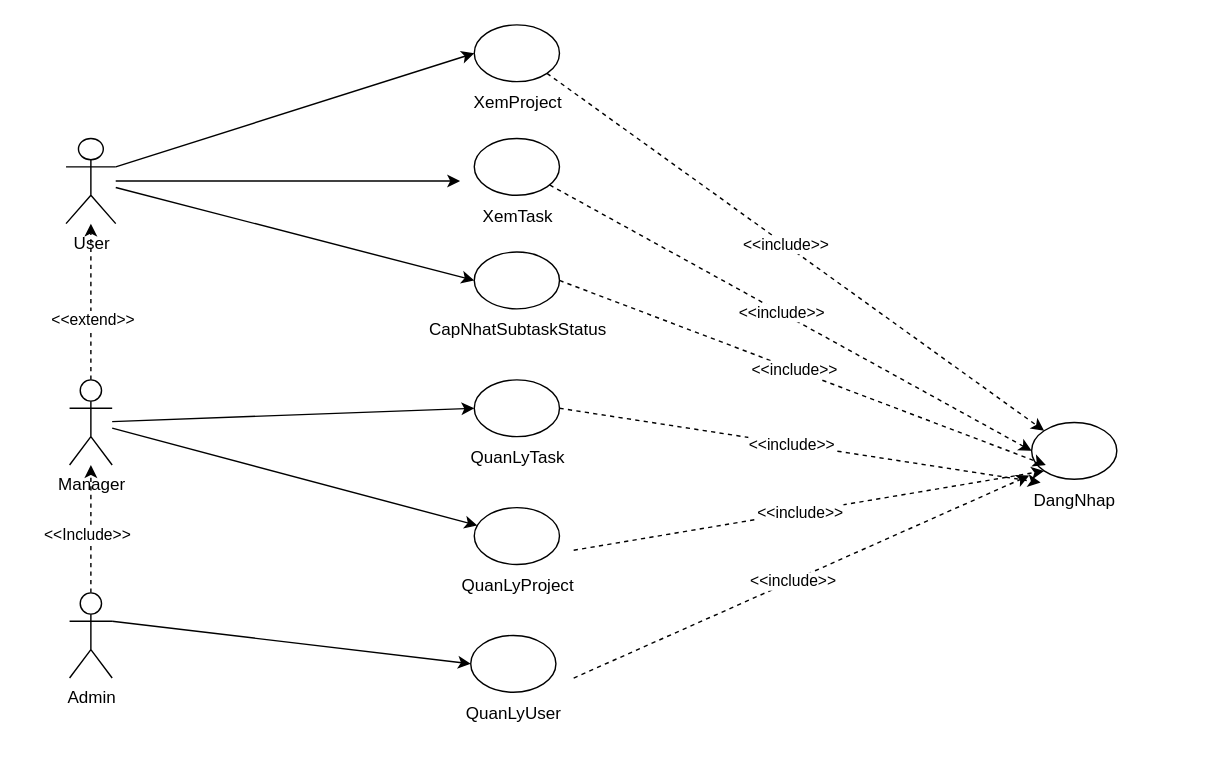
This is page "UC Tong Quat" (1 of 3) of Báo Cáo/UC/college.drawio from chickenlazy/college, a draw.io file, before an edit. Source tidied: cells renumbered, new cells numbered last; positions are measured from the earlier drawing's top-left corner, leaving out a move shared by most shapes. Both pictures are drawn from the tidied source at 142%, with x=0, y=0 at pixel (65, 24).
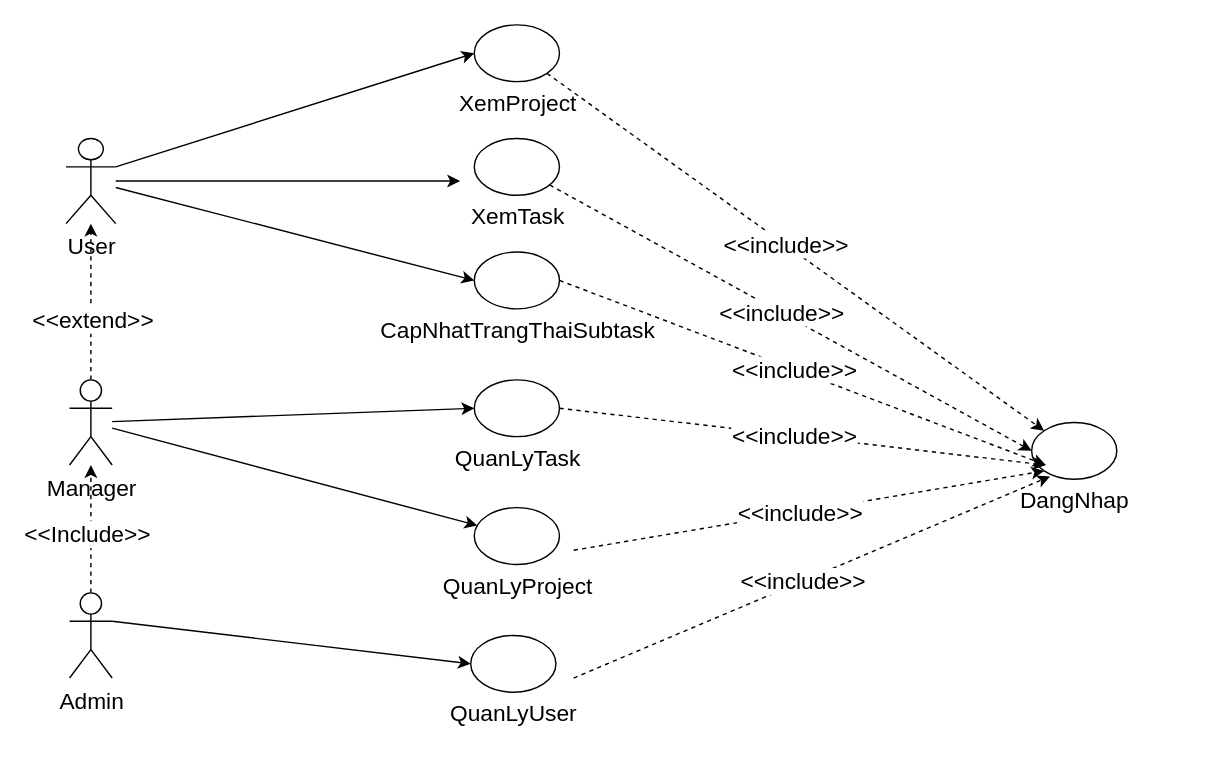
Above is the later version.

Diff of the diagram source:
```diff
@@
-    <mxCell id="2" style="group;" parent="1" vertex="1">
+    <mxCell id="2" style="group;fontSize=16;" parent="1" vertex="1">
       <mxGeometry x="630" y="280" width="160" height="70" as="geometry" />
     </mxCell>
-    <mxCell id="3" style="ellipse;whiteSpace=wrap;html=1;" parent="2" vertex="1">
+    <mxCell id="3" style="ellipse;whiteSpace=wrap;html=1;fontSize=16;" parent="2" vertex="1">
       <mxGeometry x="50" width="60" height="40" as="geometry" />
     </mxCell>
-    <mxCell id="4" value="DangNhap" style="text;html=1;align=center;verticalAlign=middle;points=[];strokeColor=none;fillColor=none;" parent="2" vertex="1">
-      <mxGeometry x="40" y="40" width="80" height="30" as="geometry" />
+    <mxCell id="4" value="DangNhap" style="text;html=1;align=center;verticalAlign=middle;points=[];strokeColor=none;fillColor=none;fontSize=16;" parent="2" vertex="1">
+      <mxGeometry x="30" y="40" width="100" height="30" as="geometry" />
     </mxCell>
-    <mxCell id="5" style="edgeStyle=orthogonalEdgeStyle;rounded=0;jettySize=auto;html=1;dashed=1;" parent="1" edge="1" source="7" target="10">
+    <mxCell id="5" style="edgeStyle=orthogonalEdgeStyle;rounded=0;jettySize=auto;html=1;dashed=1;fontSize=16;" parent="1" edge="1" source="7" target="10">
       <mxGeometry relative="1" as="geometry" />
     </mxCell>
-    <mxCell id="6" value="&amp;lt;&amp;lt;Include&amp;gt;&amp;gt;" style="edgeLabel;html=1;align=center;verticalAlign=middle;" parent="5" vertex="1">
+    <mxCell id="6" value="&amp;lt;&amp;lt;Include&amp;gt;&amp;gt;" style="edgeLabel;html=1;align=center;verticalAlign=middle;fontSize=16;" parent="5" vertex="1">
       <mxGeometry x="-0.07" y="3" relative="1" as="geometry" />
     </mxCell>
-    <mxCell id="7" value="Admin&lt;div&gt;&lt;br&gt;&lt;/div&gt;" style="shape=umlActor;verticalLabelPosition=bottom;verticalAlign=top;html=1;outlineConnect=0;" parent="1" vertex="1">
+    <mxCell id="7" value="Admin&lt;div&gt;&lt;br&gt;&lt;/div&gt;" style="shape=umlActor;verticalLabelPosition=bottom;verticalAlign=top;html=1;outlineConnect=0;fontSize=16;" parent="1" vertex="1">
       <mxGeometry x="2.5" y="400" width="30" height="60" as="geometry" />
     </mxCell>
-    <mxCell id="8" style="edgeStyle=orthogonalEdgeStyle;rounded=0;jettySize=auto;html=1;dashed=1;" parent="1" edge="1" source="10" target="11">
+    <mxCell id="8" style="edgeStyle=orthogonalEdgeStyle;rounded=0;jettySize=auto;html=1;dashed=1;fontSize=16;" parent="1" edge="1" source="10" target="11">
       <mxGeometry relative="1" as="geometry" />
     </mxCell>
-    <mxCell id="9" value="&amp;lt;&amp;lt;extend&amp;gt;&amp;gt;" style="edgeLabel;html=1;align=center;verticalAlign=middle;" parent="8" vertex="1">
+    <mxCell id="9" value="&amp;lt;&amp;lt;extend&amp;gt;&amp;gt;" style="edgeLabel;html=1;align=center;verticalAlign=middle;fontSize=16;" parent="8" vertex="1">
       <mxGeometry x="-0.22" y="-1" relative="1" as="geometry" />
     </mxCell>
-    <mxCell id="10" value="Manager" style="shape=umlActor;verticalLabelPosition=bottom;verticalAlign=top;html=1;outlineConnect=0;" parent="1" vertex="1">
+    <mxCell id="10" value="Manager" style="shape=umlActor;verticalLabelPosition=bottom;verticalAlign=top;html=1;outlineConnect=0;fontSize=16;" parent="1" vertex="1">
       <mxGeometry x="2.5" y="250" width="30" height="60" as="geometry" />
     </mxCell>
-    <mxCell id="11" value="User" style="shape=umlActor;verticalLabelPosition=bottom;verticalAlign=top;html=1;outlineConnect=0;" parent="1" vertex="1">
+    <mxCell id="11" value="User" style="shape=umlActor;verticalLabelPosition=bottom;verticalAlign=top;html=1;outlineConnect=0;fontSize=16;" parent="1" vertex="1">
       <mxGeometry y="80" width="35" height="60" as="geometry" />
     </mxCell>
-    <mxCell id="12" style="group;flipH=0;flipV=0;" parent="1" vertex="1">
+    <mxCell id="12" style="group;flipH=0;flipV=0;fontSize=16;" parent="1" vertex="1">
       <mxGeometry x="237.5" width="160" height="70" as="geometry" />
     </mxCell>
-    <mxCell id="13" style="ellipse;whiteSpace=wrap;html=1;" parent="12" vertex="1">
+    <mxCell id="13" style="ellipse;whiteSpace=wrap;html=1;fontSize=16;" parent="12" vertex="1">
       <mxGeometry x="50" width="60" height="40" as="geometry" />
     </mxCell>
-    <mxCell id="14" value="XemProject" style="text;html=1;align=center;verticalAlign=middle;strokeColor=none;fillColor=none;" parent="12" vertex="1">
-      <mxGeometry x="35" y="40" width="90" height="30" as="geometry" />
+    <mxCell id="14" value="XemProject" style="text;html=1;align=center;verticalAlign=middle;strokeColor=none;fillColor=none;fontSize=16;" parent="12" vertex="1">
+      <mxGeometry x="25" y="40" width="110" height="30" as="geometry" />
     </mxCell>
-    <mxCell id="15" style="group;flipH=0;flipV=0;" parent="1" vertex="1">
+    <mxCell id="15" style="group;flipH=0;flipV=0;fontSize=16;" parent="1" vertex="1">
       <mxGeometry x="237.5" y="80" width="180" height="70" as="geometry" />
     </mxCell>
-    <mxCell id="16" style="ellipse;whiteSpace=wrap;html=1;" parent="15" vertex="1">
+    <mxCell id="16" style="ellipse;whiteSpace=wrap;html=1;fontSize=16;" parent="15" vertex="1">
       <mxGeometry x="50" width="60" height="40" as="geometry" />
     </mxCell>
-    <mxCell id="17" value="XemTask" style="text;html=1;align=center;verticalAlign=middle;strokeColor=none;fillColor=none;" parent="15" vertex="1">
-      <mxGeometry x="45" y="40" width="70" height="30" as="geometry" />
+    <mxCell id="17" value="XemTask" style="text;html=1;align=center;verticalAlign=middle;strokeColor=none;fillColor=none;fontSize=16;" parent="15" vertex="1">
+      <mxGeometry x="35" y="40" width="90" height="30" as="geometry" />
     </mxCell>
-    <mxCell id="18" style="group;" parent="1" vertex="1">
+    <mxCell id="18" style="group;fontSize=16;" parent="1" vertex="1">
       <mxGeometry x="237.5" y="340" width="160" height="70" as="geometry" />
     </mxCell>
-    <mxCell id="19" style="ellipse;whiteSpace=wrap;html=1;" parent="18" vertex="1">
+    <mxCell id="19" style="ellipse;whiteSpace=wrap;html=1;fontSize=16;" parent="18" vertex="1">
       <mxGeometry x="50" width="60" height="40" as="geometry" />
     </mxCell>
-    <mxCell id="20" value="QuanLyProject" style="text;html=1;align=center;verticalAlign=middle;strokeColor=none;fillColor=none;" parent="18" vertex="1">
-      <mxGeometry x="30" y="40" width="100" height="30" as="geometry" />
+    <mxCell id="20" value="QuanLyProject" style="text;html=1;align=center;verticalAlign=middle;strokeColor=none;fillColor=none;fontSize=16;" parent="18" vertex="1">
+      <mxGeometry x="15" y="40" width="130" height="30" as="geometry" />
     </mxCell>
-    <mxCell id="21" style="group;" parent="1" vertex="1">
+    <mxCell id="21" style="group;fontSize=16;" parent="1" vertex="1">
       <mxGeometry x="237.5" y="250" width="160" height="70" as="geometry" />
     </mxCell>
-    <mxCell id="22" style="ellipse;whiteSpace=wrap;html=1;" parent="21" vertex="1">
+    <mxCell id="22" style="ellipse;whiteSpace=wrap;html=1;fontSize=16;" parent="21" vertex="1">
       <mxGeometry x="50" width="60" height="40" as="geometry" />
     </mxCell>
-    <mxCell id="23" value="QuanLyTask" style="text;html=1;align=center;verticalAlign=middle;strokeColor=none;fillColor=none;" parent="21" vertex="1">
-      <mxGeometry x="35" y="40" width="90" height="30" as="geometry" />
+    <mxCell id="23" value="QuanLyTask" style="text;html=1;align=center;verticalAlign=middle;strokeColor=none;fillColor=none;fontSize=16;" parent="21" vertex="1">
+      <mxGeometry x="25" y="40" width="110" height="30" as="geometry" />
     </mxCell>
-    <mxCell id="24" style="group;" parent="1" vertex="1">
+    <mxCell id="24" style="group;fontSize=16;" parent="1" vertex="1">
       <mxGeometry x="235" y="430" width="160" height="70" as="geometry" />
     </mxCell>
-    <mxCell id="25" style="ellipse;whiteSpace=wrap;html=1;" parent="24" vertex="1">
+    <mxCell id="25" style="ellipse;whiteSpace=wrap;html=1;fontSize=16;" parent="24" vertex="1">
       <mxGeometry x="50" width="60" height="40" as="geometry" />
     </mxCell>
-    <mxCell id="26" value="QuanLyUser" style="text;html=1;align=center;verticalAlign=middle;strokeColor=none;fillColor=none;" parent="24" vertex="1">
-      <mxGeometry x="35" y="40" width="90" height="30" as="geometry" />
+    <mxCell id="26" value="QuanLyUser" style="text;html=1;align=center;verticalAlign=middle;strokeColor=none;fillColor=none;fontSize=16;" parent="24" vertex="1">
+      <mxGeometry x="25" y="40" width="110" height="30" as="geometry" />
     </mxCell>
-    <mxCell id="27" style="endArrow=classic;html=1;rounded=0;exitX=1;exitY=0.3333333333333333;exitDx=0;exitDy=0;exitPerimeter=0;" parent="1" edge="1" source="11">
+    <mxCell id="27" style="endArrow=classic;html=1;rounded=0;exitX=1;exitY=0.3333333333333333;exitDx=0;exitDy=0;exitPerimeter=0;fontSize=16;" parent="1" edge="1" source="11">
       <mxGeometry relative="1" as="geometry">
         <mxPoint x="287.5" y="20" as="targetPoint" />
       </mxGeometry>
     </mxCell>
-    <mxCell id="28" style="endArrow=classic;html=1;rounded=0;" parent="1" edge="1" source="11">
+    <mxCell id="28" style="endArrow=classic;html=1;rounded=0;fontSize=16;" parent="1" edge="1" source="11">
       <mxGeometry relative="1" as="geometry">
         <mxPoint x="277.5" y="110" as="targetPoint" />
       </mxGeometry>
     </mxCell>
-    <mxCell id="29" style="endArrow=classic;html=1;rounded=0;entryX=0;entryY=0.5;entryDx=0;entryDy=0;" parent="1" edge="1" source="10" target="22">
+    <mxCell id="29" style="endArrow=classic;html=1;rounded=0;entryX=0;entryY=0.5;entryDx=0;entryDy=0;fontSize=16;" parent="1" edge="1" source="10" target="22">
       <mxGeometry relative="1" as="geometry" />
     </mxCell>
-    <mxCell id="30" style="endArrow=classic;html=1;rounded=0;" parent="1" edge="1" source="10" target="19">
+    <mxCell id="30" style="endArrow=classic;html=1;rounded=0;fontSize=16;" parent="1" edge="1" source="10" target="19">
       <mxGeometry relative="1" as="geometry" />
     </mxCell>
-    <mxCell id="31" style="endArrow=classic;html=1;rounded=0;entryX=0;entryY=0.5;entryDx=0;entryDy=0;exitX=1;exitY=0.3333333333333333;exitDx=0;exitDy=0;exitPerimeter=0;" parent="1" edge="1" source="7" target="25">
+    <mxCell id="31" style="endArrow=classic;html=1;rounded=0;entryX=0;entryY=0.5;entryDx=0;entryDy=0;exitX=1;exitY=0.3333333333333333;exitDx=0;exitDy=0;exitPerimeter=0;fontSize=16;" parent="1" edge="1" source="7" target="25">
       <mxGeometry relative="1" as="geometry" />
     </mxCell>
-    <mxCell id="32" style="endArrow=classic;html=1;rounded=0;dashed=1;entryX=0;entryY=0;entryDx=0;entryDy=0;exitX=1;exitY=1;exitDx=0;exitDy=0;" parent="1" edge="1" source="13" target="3">
+    <mxCell id="32" style="endArrow=classic;html=1;rounded=0;dashed=1;entryX=0;entryY=0;entryDx=0;entryDy=0;exitX=1;exitY=1;exitDx=0;exitDy=0;fontSize=16;" parent="1" edge="1" source="13" target="3">
       <mxGeometry relative="1" as="geometry" />
     </mxCell>
-    <mxCell id="33" value="&amp;lt;&amp;lt;include&amp;gt;&amp;gt;" style="edgeLabel;html=1;align=center;verticalAlign=middle;" parent="32" vertex="1">
+    <mxCell id="33" value="&amp;lt;&amp;lt;include&amp;gt;&amp;gt;" style="edgeLabel;html=1;align=center;verticalAlign=middle;fontSize=16;" parent="32" vertex="1">
       <mxGeometry x="-0.04" relative="1" as="geometry" />
     </mxCell>
-    <mxCell id="34" style="endArrow=classic;html=1;rounded=0;dashed=1;entryX=0;entryY=0.5;entryDx=0;entryDy=0;" parent="1" edge="1" source="16" target="3">
+    <mxCell id="34" style="endArrow=classic;html=1;rounded=0;dashed=1;entryX=0;entryY=0.5;entryDx=0;entryDy=0;fontSize=16;" parent="1" edge="1" source="16" target="3">
       <mxGeometry relative="1" as="geometry" />
     </mxCell>
-    <mxCell id="35" value="&amp;lt;&amp;lt;include&amp;gt;&amp;gt;" style="edgeLabel;html=1;align=center;verticalAlign=middle;" parent="34" vertex="1">
+    <mxCell id="35" value="&amp;lt;&amp;lt;include&amp;gt;&amp;gt;" style="edgeLabel;html=1;align=center;verticalAlign=middle;fontSize=16;" parent="34" vertex="1">
       <mxGeometry x="-0.04" relative="1" as="geometry" />
     </mxCell>
-    <mxCell id="36" style="endArrow=classic;html=1;rounded=0;dashed=1;entryX=0;entryY=1;entryDx=0;entryDy=0;" parent="1" edge="1" target="3">
+    <mxCell id="36" style="endArrow=classic;html=1;rounded=0;dashed=1;entryX=0;entryY=1;entryDx=0;entryDy=0;fontSize=16;" parent="1" edge="1" target="3">
       <mxGeometry relative="1" as="geometry">
         <mxPoint x="357.5" y="370" as="sourcePoint" />
       </mxGeometry>
     </mxCell>
-    <mxCell id="37" value="&amp;lt;&amp;lt;include&amp;gt;&amp;gt;" style="edgeLabel;html=1;align=center;verticalAlign=middle;" parent="36" vertex="1">
+    <mxCell id="37" value="&amp;lt;&amp;lt;include&amp;gt;&amp;gt;" style="edgeLabel;html=1;align=center;verticalAlign=middle;fontSize=16;" parent="36" vertex="1">
       <mxGeometry x="-0.04" relative="1" as="geometry" />
     </mxCell>
-    <mxCell id="38" style="endArrow=classic;html=1;rounded=0;dashed=1;entryX=0.103;entryY=-0.086;entryDx=0;entryDy=0;entryPerimeter=0;" parent="1" edge="1" target="4">
+    <mxCell id="38" style="endArrow=classic;html=1;rounded=0;dashed=1;entryX=0.33;entryY=-0.067;entryDx=0;entryDy=0;entryPerimeter=0;fontSize=16;" parent="1" edge="1" target="4">
       <mxGeometry relative="1" as="geometry">
         <mxPoint x="357.5" y="460" as="sourcePoint" />
       </mxGeometry>
     </mxCell>
-    <mxCell id="39" value="&amp;lt;&amp;lt;include&amp;gt;&amp;gt;" style="edgeLabel;html=1;align=center;verticalAlign=middle;" parent="38" vertex="1">
+    <mxCell id="39" value="&amp;lt;&amp;lt;include&amp;gt;&amp;gt;" style="edgeLabel;html=1;align=center;verticalAlign=middle;fontSize=16;" parent="38" vertex="1">
       <mxGeometry x="-0.04" relative="1" as="geometry" />
     </mxCell>
-    <mxCell id="40" style="endArrow=classic;html=1;rounded=0;dashed=1;entryX=0.204;entryY=0.078;entryDx=0;entryDy=0;entryPerimeter=0;exitX=1;exitY=0.5;exitDx=0;exitDy=0;" parent="1" edge="1" source="22" target="4">
-      <mxGeometry relative="1" as="geometry" />
+    <mxCell id="40" style="endArrow=classic;html=1;rounded=0;dashed=1;exitX=1;exitY=0.5;exitDx=0;exitDy=0;fontSize=16;" parent="1" edge="1" source="22">
+      <mxGeometry relative="1" as="geometry">
+        <mxPoint x="690" y="310" as="targetPoint" />
+      </mxGeometry>
     </mxCell>
-    <mxCell id="41" value="&amp;lt;&amp;lt;include&amp;gt;&amp;gt;" style="edgeLabel;html=1;align=center;verticalAlign=middle;" parent="40" vertex="1">
+    <mxCell id="41" value="&amp;lt;&amp;lt;include&amp;gt;&amp;gt;" style="edgeLabel;html=1;align=center;verticalAlign=middle;fontSize=16;" parent="40" vertex="1">
       <mxGeometry x="-0.04" relative="1" as="geometry" />
     </mxCell>
-    <mxCell id="42" style="group;flipH=0;flipV=0;" parent="1" vertex="1">
-      <mxGeometry x="237.5" y="160" width="180" height="70" as="geometry" />
+    <mxCell id="42" style="group;flipH=0;flipV=0;fontSize=16;" parent="1" vertex="1">
+      <mxGeometry x="237.5" y="160" width="195" height="70" as="geometry" />
     </mxCell>
-    <mxCell id="43" style="ellipse;whiteSpace=wrap;html=1;" parent="42" vertex="1">
+    <mxCell id="43" style="ellipse;whiteSpace=wrap;html=1;fontSize=16;" parent="42" vertex="1">
       <mxGeometry x="50" width="60" height="40" as="geometry" />
     </mxCell>
-    <mxCell id="44" value="CapNhatSubtaskStatus" style="text;html=1;align=center;verticalAlign=middle;strokeColor=none;fillColor=none;" parent="42" vertex="1">
-      <mxGeometry x="5" y="40" width="150" height="30" as="geometry" />
+    <mxCell id="44" value="CapNhatTrangThaiSubtask" style="text;html=1;align=center;verticalAlign=middle;strokeColor=none;fillColor=none;fontSize=16;" parent="42" vertex="1">
+      <mxGeometry x="-30" y="40" width="220" height="30" as="geometry" />
     </mxCell>
-    <mxCell id="45" style="endArrow=classic;html=1;rounded=0;dashed=1;entryX=0;entryY=0.5;entryDx=0;entryDy=0;exitX=1;exitY=0.5;exitDx=0;exitDy=0;" parent="1" edge="1" source="43">
+    <mxCell id="45" style="endArrow=classic;html=1;rounded=0;dashed=1;entryX=0;entryY=0.5;entryDx=0;entryDy=0;exitX=1;exitY=0.5;exitDx=0;exitDy=0;fontSize=16;" parent="1" edge="1" source="43">
       <mxGeometry relative="1" as="geometry">
         <mxPoint x="690" y="310" as="targetPoint" />
       </mxGeometry>
     </mxCell>
-    <mxCell id="46" value="&amp;lt;&amp;lt;include&amp;gt;&amp;gt;" style="edgeLabel;html=1;align=center;verticalAlign=middle;" parent="45" vertex="1">
+    <mxCell id="46" value="&amp;lt;&amp;lt;include&amp;gt;&amp;gt;" style="edgeLabel;html=1;align=center;verticalAlign=middle;fontSize=16;" parent="45" vertex="1">
       <mxGeometry x="-0.04" relative="1" as="geometry" />
     </mxCell>
-    <mxCell id="47" style="endArrow=classic;html=1;rounded=0;entryX=0;entryY=0.5;entryDx=0;entryDy=0;" parent="1" edge="1" source="11" target="43">
+    <mxCell id="47" style="endArrow=classic;html=1;rounded=0;entryX=0;entryY=0.5;entryDx=0;entryDy=0;fontSize=16;" parent="1" edge="1" source="11" target="43">
       <mxGeometry relative="1" as="geometry" />
     </mxCell>
```
